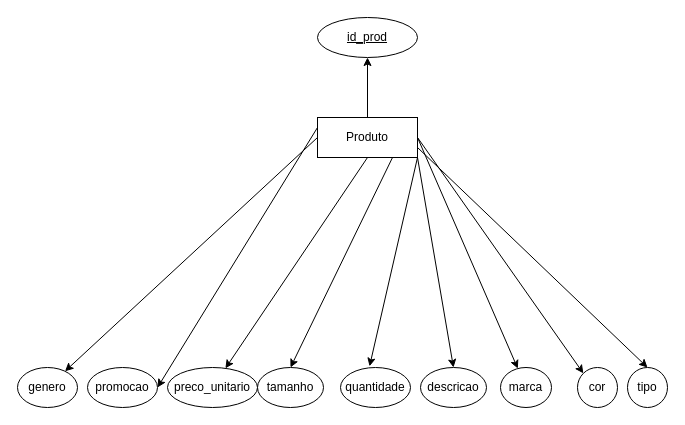
Before: Modelagem/fashiodb.drawio in arthurresendes/fashion_stock, a draw.io diagram. Source tidied: cells renumbered, new cells numbered last; positions are measured from the earlier drawing's top-left corner, leaving out a move shared by most shapes. Both pictures are drawn from the tidied source at 100%, with x=0, y=0 at pixel (17, 17).
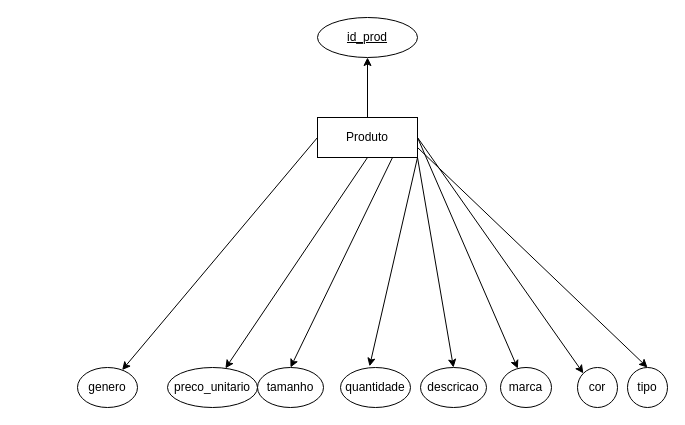
The same diagram, later.

Unchanged cells that the change refers to:
```xml
<mxCell id="11" value="Produto" style="whiteSpace=wrap;html=1;align=center;" parent="1" vertex="1">
  <mxGeometry x="300" y="100" width="100" height="40" as="geometry" />
</mxCell>
```

Change to the diagram source:
```diff
@@
-    <mxCell id="9" style="edgeStyle=none;html=1;exitX=0;exitY=0.25;exitDx=0;exitDy=0;entryX=1;entryY=0.5;entryDx=0;entryDy=0;" parent="1" edge="1" source="11" target="20">
-      <mxGeometry relative="1" as="geometry" />
-    </mxCell>
@@
     <mxCell id="12" value="genero" style="ellipse;whiteSpace=wrap;html=1;align=center;" parent="1" vertex="1">
-      <mxGeometry y="350" width="60" height="40" as="geometry" />
+      <mxGeometry x="60" y="350" width="60" height="40" as="geometry" />
     </mxCell>
@@
-    <mxCell id="20" value="promocao" style="ellipse;whiteSpace=wrap;html=1;align=center;" parent="1" vertex="1">
-      <mxGeometry x="70" y="350" width="70" height="40" as="geometry" />
-    </mxCell>
```
